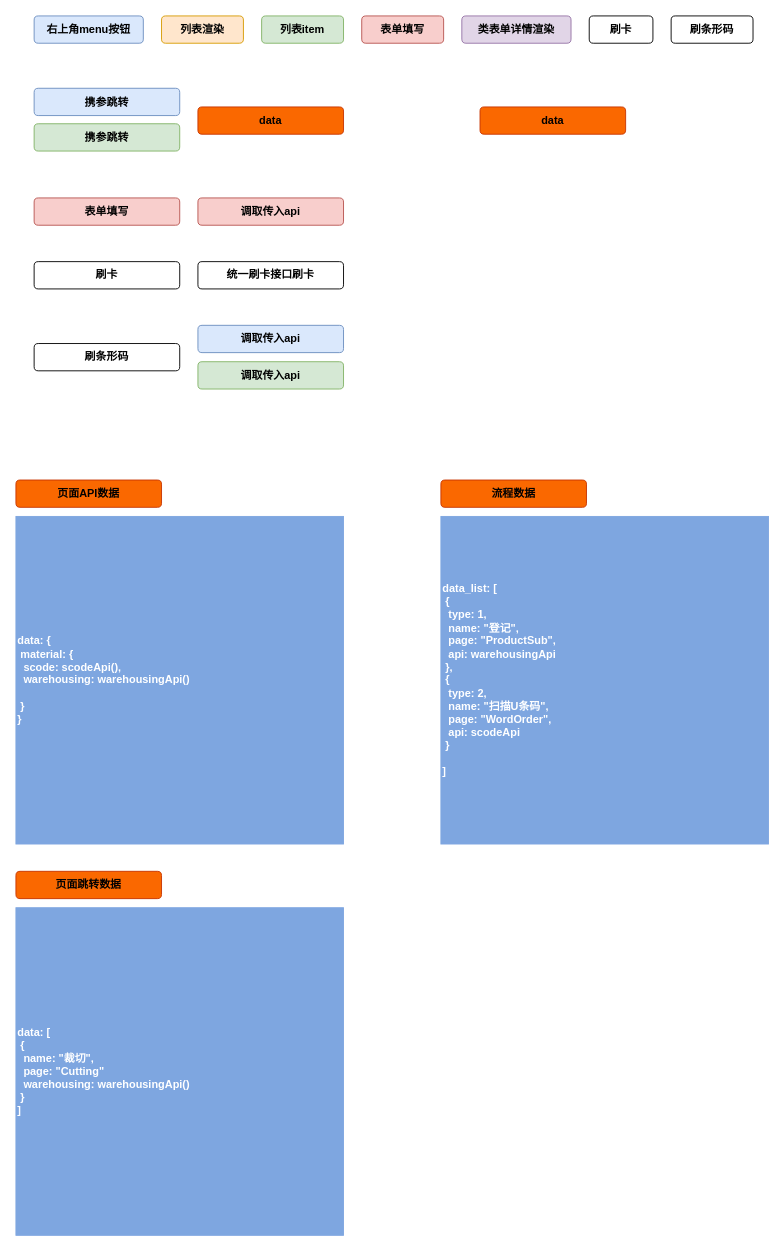
Earlier version of the draw.io diagram page "第 2 页" (2 of 4) of Untitled Diagram.drawio (RuGxxx/Rug_home_Django). Source tidied: cells renumbered, new cells numbered last; positions are measured from the earlier drawing's top-left corner, leaving out a move shared by most shapes. Both pictures are drawn from the tidied source at 91%, with x=0, y=0 at pixel (15, 15).
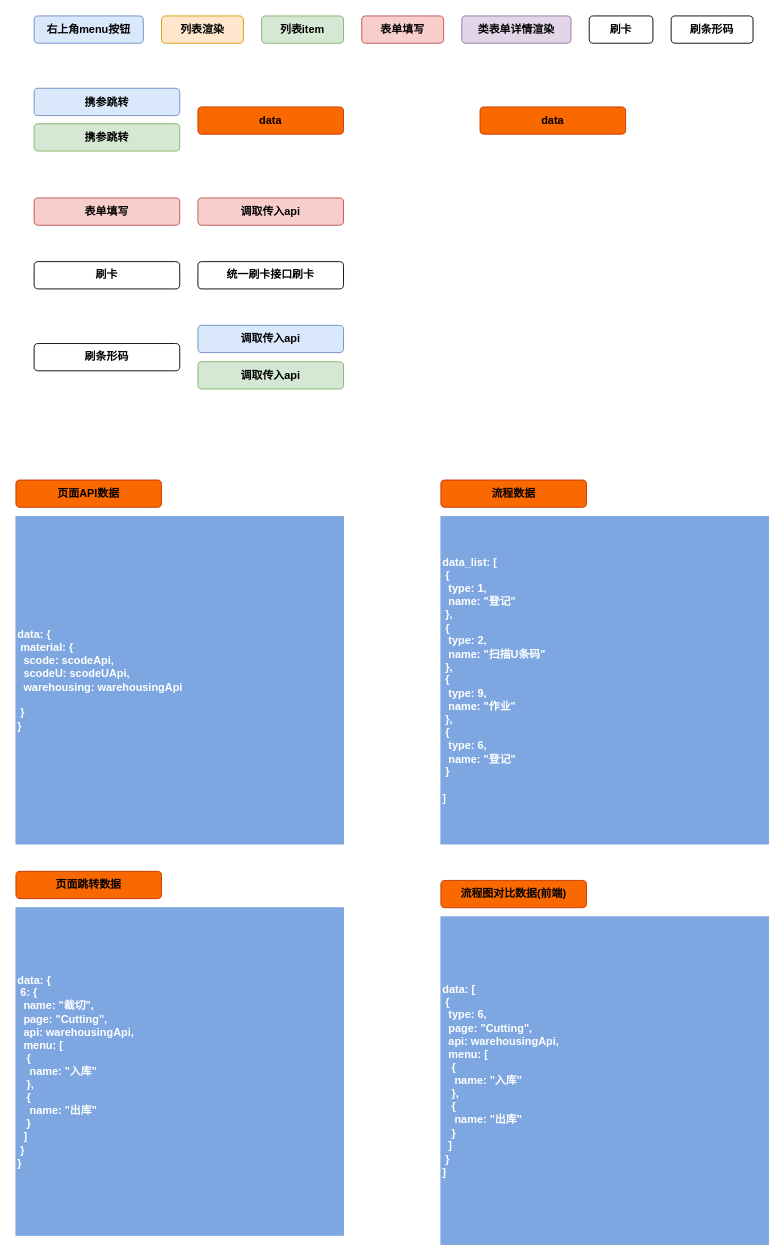
The same diagram, later.

Change to the diagram source:
```diff
@@
-    <mxCell id="20" value="&lt;b&gt;data: {&lt;br&gt;&lt;span&gt; &lt;/span&gt;&lt;span style=&quot;white-space: pre&quot;&gt; &lt;/span&gt;material: {&lt;br&gt;&lt;span&gt; &lt;span&gt; &lt;/span&gt;&lt;span style=&quot;white-space: pre&quot;&gt; &lt;span style=&quot;white-space: pre&quot;&gt; &lt;/span&gt;&lt;/span&gt;&lt;/span&gt;scode: scodeApi(),&lt;br&gt;&lt;span&gt; &lt;/span&gt;&lt;span&gt; &lt;/span&gt;&lt;span style=&quot;white-space: pre&quot;&gt; &lt;span style=&quot;white-space: pre&quot;&gt; &lt;/span&gt;&lt;/span&gt;warehousing: warehousingApi()&lt;br&gt;&lt;span style=&quot;white-space: pre&quot;&gt; &lt;/span&gt;&lt;span style=&quot;white-space: pre&quot;&gt; &lt;/span&gt;&lt;br&gt;&lt;span&gt; &lt;/span&gt;&lt;span style=&quot;white-space: pre&quot;&gt; &lt;/span&gt;}&lt;br&gt;}&lt;/b&gt;" style="whiteSpace=wrap;html=1;labelBackgroundColor=none;fontColor=#FFFFFF;strokeColor=#7EA6E0;fillColor=#7EA6E0;align=left;" parent="1" vertex="1">
+    <mxCell id="20" value="&lt;b&gt;data: {&lt;br&gt;&lt;span&gt; &lt;/span&gt;&lt;span style=&quot;white-space: pre&quot;&gt; &lt;/span&gt;material: {&lt;br&gt;&lt;span&gt; &lt;span&gt; &lt;/span&gt;&lt;span style=&quot;white-space: pre&quot;&gt; &lt;span style=&quot;white-space: pre&quot;&gt; &lt;/span&gt;&lt;/span&gt;&lt;/span&gt;scode: scodeApi,&lt;br&gt;&lt;span style=&quot;white-space: pre&quot;&gt; &lt;/span&gt;&lt;span style=&quot;white-space: pre&quot;&gt; &lt;/span&gt;scodeU: scodeUApi,&lt;br&gt;&lt;span&gt; &lt;/span&gt;&lt;span&gt; &lt;/span&gt;&lt;span style=&quot;white-space: pre&quot;&gt; &lt;span style=&quot;white-space: pre&quot;&gt; &lt;/span&gt;&lt;/span&gt;warehousing: warehousingApi&lt;br&gt;&lt;span style=&quot;white-space: pre&quot;&gt; &lt;/span&gt;&lt;span style=&quot;white-space: pre&quot;&gt; &lt;/span&gt;&lt;br&gt;&lt;span&gt; &lt;/span&gt;&lt;span style=&quot;white-space: pre&quot;&gt; &lt;/span&gt;}&lt;br&gt;}&lt;/b&gt;" style="whiteSpace=wrap;html=1;labelBackgroundColor=none;fontColor=#FFFFFF;strokeColor=#7EA6E0;fillColor=#7EA6E0;align=left;" parent="1" vertex="1">
       <mxGeometry y="550" width="360" height="360" as="geometry" />
     </mxCell>
-    <mxCell id="21" value="&lt;b&gt;data_list: [&lt;br&gt;&lt;span&gt; &lt;/span&gt;&lt;span&gt; &lt;/span&gt;&lt;span style=&quot;white-space: pre&quot;&gt; &lt;/span&gt;{&lt;br&gt;&lt;span&gt; &lt;span&gt; &lt;/span&gt;&lt;span&gt; &lt;span&gt; &lt;/span&gt;&lt;/span&gt;&lt;/span&gt;&lt;span style=&quot;white-space: pre&quot;&gt; &lt;/span&gt;&lt;span style=&quot;white-space: pre&quot;&gt; &lt;/span&gt;type: 1,&lt;br&gt;&lt;span style=&quot;white-space: pre&quot;&gt; &lt;/span&gt;&lt;span style=&quot;white-space: pre&quot;&gt; &lt;/span&gt;name: &quot;登记&quot;,&lt;br&gt;&lt;span style=&quot;white-space: pre&quot;&gt; &lt;/span&gt;&lt;span style=&quot;white-space: pre&quot;&gt; &lt;/span&gt;page: &quot;ProductSub&quot;,&lt;br&gt;&lt;span&gt; &lt;/span&gt;&lt;span&gt; &lt;/span&gt;&lt;span&gt; &lt;span&gt; &lt;/span&gt;&lt;/span&gt;&lt;span style=&quot;white-space: pre&quot;&gt; &lt;/span&gt;&lt;span style=&quot;white-space: pre&quot;&gt; &lt;/span&gt;api: warehousingApi&lt;br&gt;&lt;span&gt; &lt;/span&gt;&lt;span&gt; &lt;/span&gt;&lt;span style=&quot;white-space: pre&quot;&gt; &lt;/span&gt;},&lt;br&gt;&lt;span style=&quot;white-space: pre&quot;&gt; &lt;/span&gt;{&lt;br&gt;&lt;span style=&quot;white-space: pre&quot;&gt; &lt;/span&gt;&lt;span style=&quot;white-space: pre&quot;&gt; &lt;/span&gt;type: 2,&lt;br&gt;&lt;span style=&quot;white-space: pre&quot;&gt; &lt;/span&gt;&lt;span style=&quot;white-space: pre&quot;&gt; &lt;/span&gt;name: &quot;扫描U条码&quot;,&lt;br&gt;&lt;span style=&quot;white-space: pre&quot;&gt; &lt;/span&gt;&lt;span style=&quot;white-space: pre&quot;&gt; &lt;/span&gt;page: &quot;WordOrder&quot;,&lt;br&gt;&lt;span style=&quot;white-space: pre&quot;&gt; &lt;/span&gt;&lt;span style=&quot;white-space: pre&quot;&gt; &lt;/span&gt;api: scodeApi&lt;br&gt;&lt;span style=&quot;white-space: pre&quot;&gt; &lt;/span&gt;}&lt;br&gt;&lt;br&gt;]&lt;br&gt;&lt;/b&gt;" style="whiteSpace=wrap;html=1;labelBackgroundColor=none;fontColor=#FFFFFF;strokeColor=#7EA6E0;fillColor=#7EA6E0;align=left;" parent="1" vertex="1">
+    <mxCell id="21" value="&lt;b&gt;data_list: [&lt;br&gt;&lt;span style=&quot;white-space: pre&quot;&gt;&lt;span style=&quot;white-space: pre&quot;&gt; &lt;/span&gt;&lt;/span&gt;{&lt;br&gt;&lt;span style=&quot;white-space: pre&quot;&gt; &lt;span style=&quot;white-space: pre&quot;&gt; &lt;/span&gt;&lt;/span&gt;type: 1,&lt;br&gt;&lt;span style=&quot;white-space: pre&quot;&gt; &lt;span style=&quot;white-space: pre&quot;&gt; &lt;/span&gt;&lt;/span&gt;name: &quot;登记&quot;&lt;br&gt;&lt;span&gt; &lt;/span&gt;&lt;span&gt; &lt;/span&gt;&lt;span style=&quot;white-space: pre&quot;&gt; &lt;/span&gt;},&lt;br&gt;&lt;span style=&quot;white-space: pre&quot;&gt; &lt;/span&gt;{&lt;br&gt;&lt;span style=&quot;white-space: pre&quot;&gt; &lt;/span&gt;&lt;span style=&quot;white-space: pre&quot;&gt; &lt;/span&gt;type: 2,&lt;br&gt;&lt;span style=&quot;white-space: pre&quot;&gt; &lt;/span&gt;&lt;span style=&quot;white-space: pre&quot;&gt; &lt;/span&gt;name: &quot;扫描U条码&quot;&lt;br&gt;&lt;span style=&quot;white-space: pre&quot;&gt; &lt;/span&gt;},&lt;br&gt;&lt;span style=&quot;white-space: pre&quot;&gt; &lt;/span&gt;{&lt;br&gt;&lt;span style=&quot;white-space: pre&quot;&gt; &lt;/span&gt;&lt;span style=&quot;white-space: pre&quot;&gt; &lt;/span&gt;type: 9,&lt;br&gt;&lt;span style=&quot;white-space: pre&quot;&gt; &lt;/span&gt;&lt;span style=&quot;white-space: pre&quot;&gt; &lt;/span&gt;name: &quot;作业&quot;&lt;br&gt;&lt;span style=&quot;white-space: pre&quot;&gt; &lt;/span&gt;},&lt;br&gt;&lt;span style=&quot;white-space: pre&quot;&gt; &lt;/span&gt;{&lt;br&gt;&lt;span style=&quot;white-space: pre&quot;&gt; &lt;span style=&quot;white-space: pre&quot;&gt; &lt;/span&gt;t&lt;/span&gt;ype: 6,&lt;br&gt;&lt;span style=&quot;white-space: pre&quot;&gt; &lt;/span&gt;&lt;span style=&quot;white-space: pre&quot;&gt; &lt;/span&gt;name: &quot;登记&quot;&lt;br&gt;&lt;span style=&quot;white-space: pre&quot;&gt; &lt;/span&gt;}&lt;br&gt;&lt;br&gt;]&lt;br&gt;&lt;/b&gt;" style="whiteSpace=wrap;html=1;labelBackgroundColor=none;fontColor=#FFFFFF;strokeColor=#7EA6E0;fillColor=#7EA6E0;align=left;" parent="1" vertex="1">
       <mxGeometry x="467" y="550" width="360" height="360" as="geometry" />
     </mxCell>
@@
-    <mxCell id="24" value="&lt;b&gt;data: [&lt;br&gt;&lt;span&gt; &lt;/span&gt;&lt;span style=&quot;white-space: pre&quot;&gt; &lt;/span&gt;{&lt;br&gt;&lt;span&gt; &lt;span&gt; &lt;/span&gt;&lt;span style=&quot;white-space: pre&quot;&gt; &lt;span style=&quot;white-space: pre&quot;&gt; &lt;/span&gt;&lt;/span&gt;&lt;/span&gt;name: &quot;裁切&quot;,&lt;br&gt;&lt;span style=&quot;white-space: pre&quot;&gt; &lt;/span&gt;&lt;span style=&quot;white-space: pre&quot;&gt; &lt;/span&gt;page: &quot;Cutting&quot;&lt;br&gt;&lt;span&gt; &lt;/span&gt;&lt;span&gt; &lt;/span&gt;&lt;span style=&quot;white-space: pre&quot;&gt; &lt;span style=&quot;white-space: pre&quot;&gt; &lt;/span&gt;&lt;/span&gt;warehousing: warehousingApi()&lt;br&gt;&lt;span&gt; &lt;/span&gt;&lt;span style=&quot;white-space: pre&quot;&gt; &lt;/span&gt;}&lt;br&gt;]&lt;br&gt;&lt;/b&gt;" style="whiteSpace=wrap;html=1;labelBackgroundColor=none;fontColor=#FFFFFF;strokeColor=#7EA6E0;fillColor=#7EA6E0;align=left;" parent="1" vertex="1">
+    <mxCell id="24" value="&lt;b&gt;data: {&lt;br&gt;&lt;span&gt; &lt;/span&gt;&lt;span style=&quot;white-space: pre&quot;&gt; &lt;/span&gt;6: {&lt;br&gt;&lt;span&gt; &lt;span&gt; &lt;/span&gt;&lt;span style=&quot;white-space: pre&quot;&gt; &lt;span style=&quot;white-space: pre&quot;&gt; &lt;/span&gt;&lt;/span&gt;&lt;/span&gt;name: &quot;裁切&quot;,&lt;br&gt;&lt;span style=&quot;white-space: pre&quot;&gt; &lt;/span&gt;&lt;span style=&quot;white-space: pre&quot;&gt; &lt;/span&gt;page: &quot;Cutting&quot;,&lt;br&gt;&lt;span&gt; &lt;/span&gt;&lt;span&gt; &lt;/span&gt;&lt;span style=&quot;white-space: pre&quot;&gt; &lt;span style=&quot;white-space: pre&quot;&gt; &lt;/span&gt;a&lt;/span&gt;pi: warehousingApi,&lt;br&gt;&lt;span style=&quot;white-space: pre&quot;&gt; &lt;/span&gt;&lt;span style=&quot;white-space: pre&quot;&gt; &lt;/span&gt;menu: [&lt;br&gt;&lt;span style=&quot;white-space: pre&quot;&gt; &lt;/span&gt;&lt;span style=&quot;white-space: pre&quot;&gt; &lt;/span&gt;&lt;span style=&quot;white-space: pre&quot;&gt; &lt;/span&gt;{&lt;br&gt;&lt;span style=&quot;white-space: pre&quot;&gt; &lt;/span&gt;&lt;span style=&quot;white-space: pre&quot;&gt; &lt;/span&gt;&lt;span style=&quot;white-space: pre&quot;&gt; &lt;/span&gt;&lt;span style=&quot;white-space: pre&quot;&gt; &lt;/span&gt;name: &quot;入库&quot;&lt;br&gt;&lt;span style=&quot;white-space: pre&quot;&gt; &lt;/span&gt;&lt;span style=&quot;white-space: pre&quot;&gt; &lt;/span&gt;&lt;span style=&quot;white-space: pre&quot;&gt; &lt;/span&gt;},&lt;br&gt;&lt;span style=&quot;white-space: pre&quot;&gt; &lt;/span&gt;&lt;span style=&quot;white-space: pre&quot;&gt; &lt;/span&gt;&lt;span style=&quot;white-space: pre&quot;&gt; &lt;/span&gt;{&lt;br&gt;&lt;span style=&quot;white-space: pre&quot;&gt; &lt;/span&gt;&lt;span style=&quot;white-space: pre&quot;&gt; &lt;/span&gt;&lt;span style=&quot;white-space: pre&quot;&gt; &lt;/span&gt;&lt;span style=&quot;white-space: pre&quot;&gt; &lt;/span&gt;name: &quot;出库&quot;&lt;br&gt;&lt;span style=&quot;white-space: pre&quot;&gt; &lt;/span&gt;&lt;span style=&quot;white-space: pre&quot;&gt; &lt;/span&gt;&lt;span style=&quot;white-space: pre&quot;&gt; &lt;/span&gt;}&lt;br&gt;&lt;span style=&quot;white-space: pre&quot;&gt; &lt;/span&gt;&lt;span style=&quot;white-space: pre&quot;&gt; &lt;/span&gt;]&lt;br&gt;&lt;span&gt; &lt;/span&gt;&lt;span style=&quot;white-space: pre&quot;&gt; &lt;/span&gt;}&lt;br&gt;}&lt;br&gt;&lt;/b&gt;" style="whiteSpace=wrap;html=1;labelBackgroundColor=none;fontColor=#FFFFFF;strokeColor=#7EA6E0;fillColor=#7EA6E0;align=left;" parent="1" vertex="1">
       <mxGeometry y="980" width="360" height="360" as="geometry" />
     </mxCell>
@@
+    <mxCell id="26" value="&lt;b&gt;data: [&lt;br&gt;&lt;span&gt; &lt;/span&gt;&lt;span style=&quot;white-space: pre&quot;&gt; &lt;/span&gt;{&lt;br&gt;&lt;span&gt; &lt;span&gt; &lt;/span&gt;&lt;span style=&quot;white-space: pre&quot;&gt; &lt;span style=&quot;white-space: pre&quot;&gt; &lt;/span&gt;&lt;/span&gt;&lt;/span&gt;type: 6,&lt;br&gt;&lt;span style=&quot;white-space: pre&quot;&gt; &lt;/span&gt;&lt;span style=&quot;white-space: pre&quot;&gt; &lt;/span&gt;page: &quot;Cutting&quot;,&lt;br&gt;&lt;span&gt; &lt;/span&gt;&lt;span&gt; &lt;/span&gt;&lt;span style=&quot;white-space: pre&quot;&gt; &lt;span style=&quot;white-space: pre&quot;&gt; &lt;/span&gt;a&lt;/span&gt;pi: warehousingApi,&lt;br&gt;&lt;span style=&quot;white-space: pre&quot;&gt; &lt;/span&gt;&lt;span style=&quot;white-space: pre&quot;&gt; &lt;/span&gt;menu: [&lt;br&gt;&lt;span style=&quot;white-space: pre&quot;&gt; &lt;/span&gt;&lt;span style=&quot;white-space: pre&quot;&gt; &lt;/span&gt;&lt;span style=&quot;white-space: pre&quot;&gt; &lt;/span&gt;{&lt;br&gt;&lt;span style=&quot;white-space: pre&quot;&gt; &lt;/span&gt;&lt;span style=&quot;white-space: pre&quot;&gt; &lt;/span&gt;&lt;span style=&quot;white-space: pre&quot;&gt; &lt;/span&gt;&lt;span style=&quot;white-space: pre&quot;&gt; &lt;/span&gt;name: &quot;入库&quot;&lt;br&gt;&lt;span style=&quot;white-space: pre&quot;&gt; &lt;/span&gt;&lt;span style=&quot;white-space: pre&quot;&gt; &lt;/span&gt;&lt;span style=&quot;white-space: pre&quot;&gt; &lt;/span&gt;},&lt;br&gt;&lt;span style=&quot;white-space: pre&quot;&gt; &lt;/span&gt;&lt;span style=&quot;white-space: pre&quot;&gt; &lt;/span&gt;&lt;span style=&quot;white-space: pre&quot;&gt; &lt;/span&gt;{&lt;br&gt;&lt;span style=&quot;white-space: pre&quot;&gt; &lt;/span&gt;&lt;span style=&quot;white-space: pre&quot;&gt; &lt;/span&gt;&lt;span style=&quot;white-space: pre&quot;&gt; &lt;/span&gt;&lt;span style=&quot;white-space: pre&quot;&gt; &lt;/span&gt;name: &quot;出库&quot;&lt;br&gt;&lt;span style=&quot;white-space: pre&quot;&gt; &lt;/span&gt;&lt;span style=&quot;white-space: pre&quot;&gt; &lt;/span&gt;&lt;span style=&quot;white-space: pre&quot;&gt; &lt;/span&gt;}&lt;br&gt;&lt;span style=&quot;white-space: pre&quot;&gt; &lt;/span&gt;&lt;span style=&quot;white-space: pre&quot;&gt; &lt;/span&gt;]&lt;br&gt;&lt;span&gt; &lt;/span&gt;&lt;span style=&quot;white-space: pre&quot;&gt; &lt;/span&gt;}&lt;br&gt;]&lt;br&gt;&lt;/b&gt;" style="whiteSpace=wrap;html=1;labelBackgroundColor=none;fontColor=#FFFFFF;strokeColor=#7EA6E0;fillColor=#7EA6E0;align=left;" parent="1" vertex="1">
+      <mxGeometry x="467" y="990" width="360" height="360" as="geometry" />
+    </mxCell>
+    <mxCell id="27" value="流程图对比数据(前端)" style="rounded=1;whiteSpace=wrap;html=1;strokeColor=#C73500;fillColor=#fa6800;labelBackgroundColor=none;fontStyle=1;fontColor=#000000;" parent="1" vertex="1">
+      <mxGeometry x="467" y="950" width="160" height="30" as="geometry" />
+    </mxCell>
```
